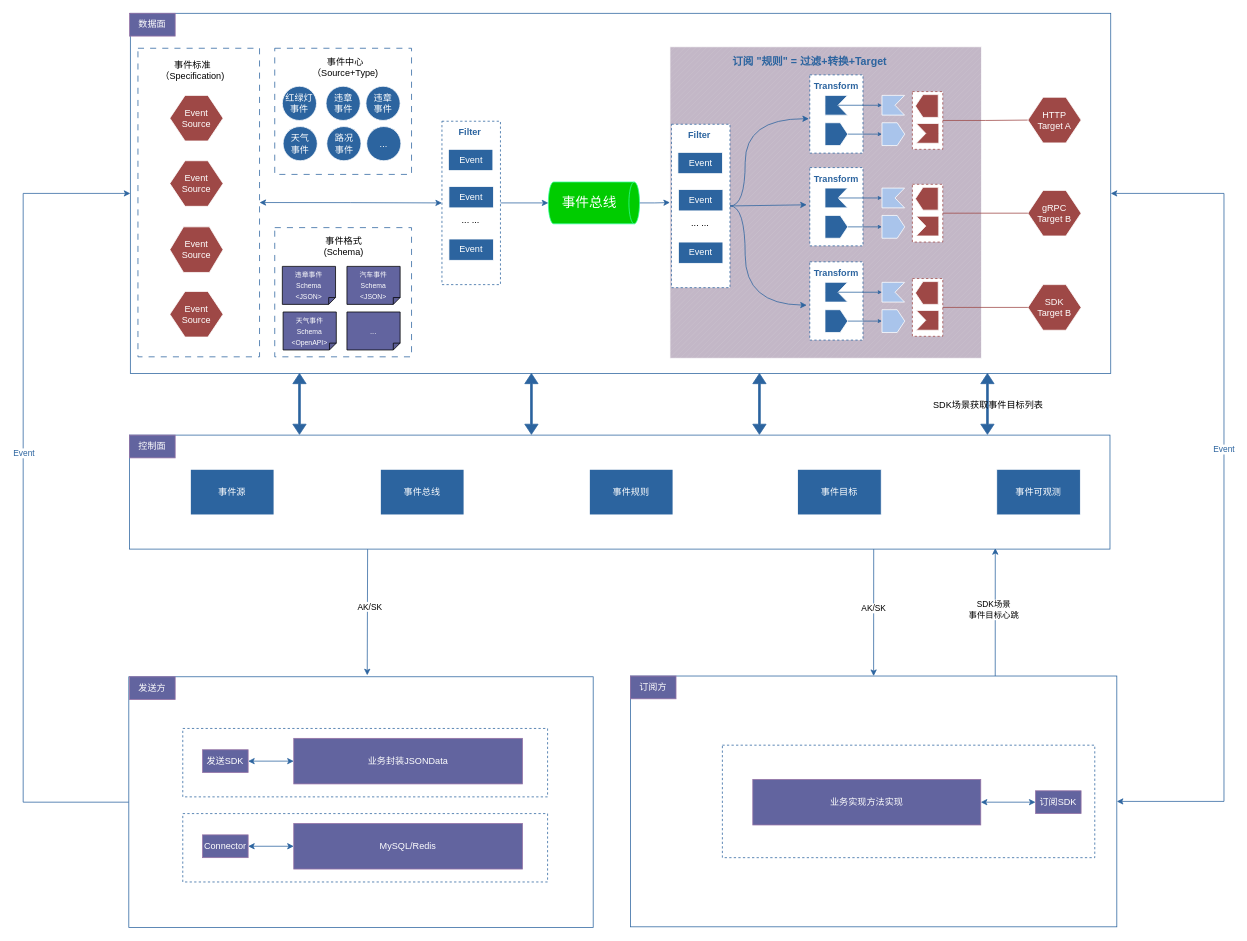
Above: 事件中心SDK.drawio in qiangyin/zipkin-server (draw.io), before the change. Source tidied: cells renumbered, new cells numbered last; positions are measured from the earlier drawing's top-left corner, leaving out a move shared by most shapes. Both pictures are drawn from the tidied source at 76%, with x=0, y=0 at pixel (23, 13).
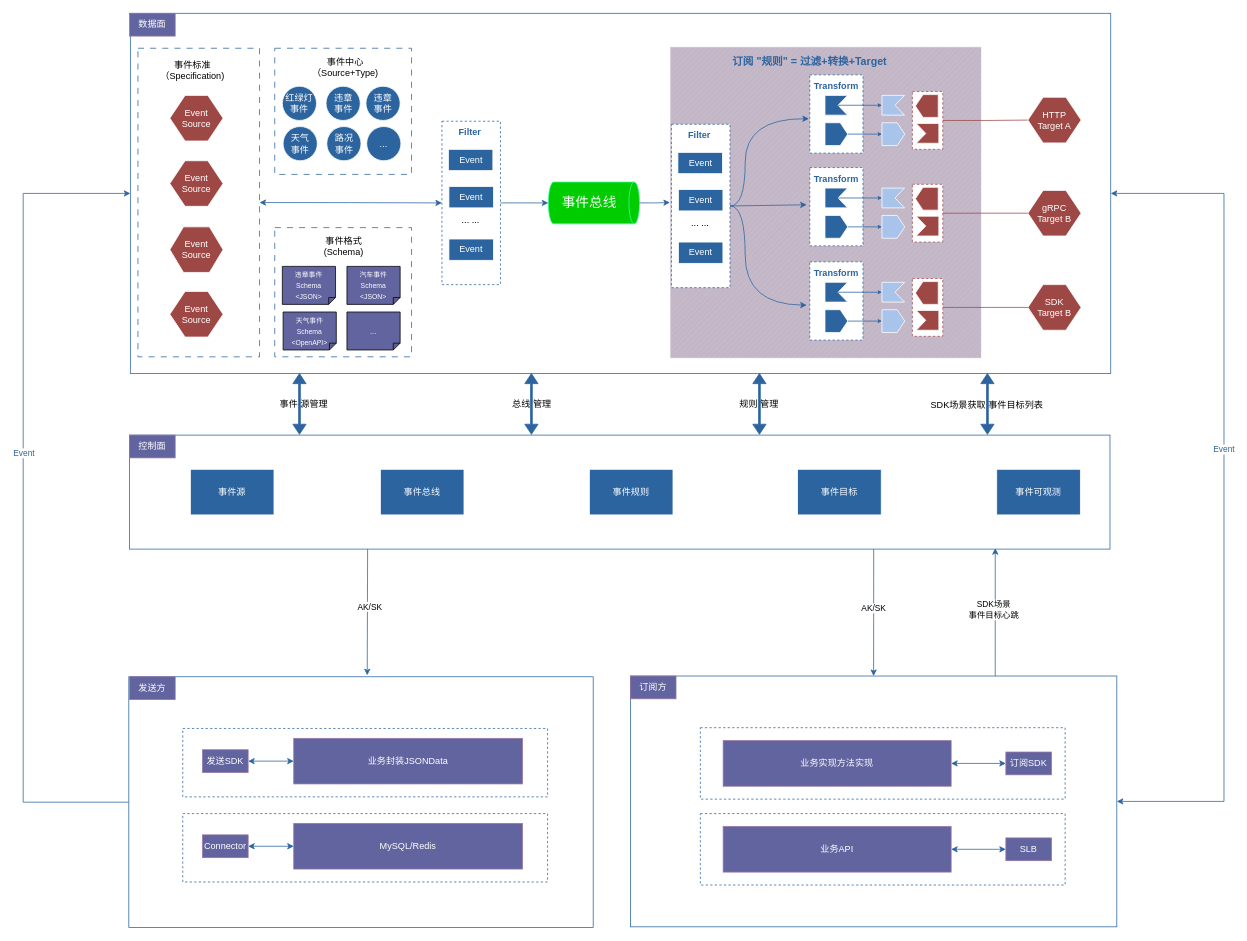
The same diagram, later.

Commit message:
更新事件中心SDK.drawio

The edit, as a diff of the source:
```diff
@@
     <mxCell id="3" style="rounded=0;whiteSpace=wrap;html=1;dashed=1;strokeColor=#2C649F;" parent="1" vertex="1">
-      <mxGeometry x="920" y="963" width="490" height="148" as="geometry" />
+      <mxGeometry x="891" y="940" width="480" height="94" as="geometry" />
     </mxCell>
@@
     <mxCell id="108" value="&lt;font color=&quot;#ffffff&quot;&gt;订阅SDK&lt;/font&gt;" style="text;html=1;align=center;verticalAlign=middle;whiteSpace=wrap;rounded=0;fillColor=#62649F;strokeColor=#9673a6;" parent="1" vertex="1">
-      <mxGeometry x="1332" y="1023" width="60" height="30" as="geometry" />
+      <mxGeometry x="1293" y="972" width="60" height="30" as="geometry" />
     </mxCell>
@@
     <mxCell id="110" value="&lt;font color=&quot;#ffffff&quot;&gt;业务实现方法实现&lt;/font&gt;" style="rounded=0;whiteSpace=wrap;html=1;fillColor=#62649F;strokeColor=#9673a6;gradientColor=none;" parent="1" vertex="1">
-      <mxGeometry x="960" y="1008" width="300" height="60" as="geometry" />
+      <mxGeometry x="921" y="957" width="300" height="60" as="geometry" />
     </mxCell>
@@
-    <mxCell id="118" value="SDK场景获取事件目标列表" style="text;html=1;align=center;verticalAlign=middle;whiteSpace=wrap;rounded=0;" parent="1" vertex="1">
-      <mxGeometry x="1190" y="501" width="160" height="30" as="geometry" />
+    <mxCell id="118" value="&amp;nbsp; SDK场景获取 事件目标列表" style="text;html=1;align=center;verticalAlign=middle;whiteSpace=wrap;rounded=0;" parent="1" vertex="1">
+      <mxGeometry x="1180" y="501" width="170" height="30" as="geometry" />
     </mxCell>
@@
+    <mxCell id="123" style="rounded=0;whiteSpace=wrap;html=1;dashed=1;strokeColor=#2C649F;" parent="1" vertex="1">
+      <mxGeometry x="891" y="1053" width="480" height="94" as="geometry" />
+    </mxCell>
+    <mxCell id="124" style="edgeStyle=none;rounded=0;jettySize=auto;html=1;endArrow=classic;endFill=1;startArrow=classic;startFill=1;strokeColor=#2C649F;" parent="1" edge="1" source="125" target="126">
+      <mxGeometry relative="1" as="geometry" />
+    </mxCell>
+    <mxCell id="125" value="&lt;font color=&quot;#ffffff&quot;&gt;SLB&lt;/font&gt;" style="text;html=1;align=center;verticalAlign=middle;whiteSpace=wrap;rounded=0;fillColor=#62649F;strokeColor=#9673a6;" parent="1" vertex="1">
+      <mxGeometry x="1293" y="1085" width="60" height="30" as="geometry" />
+    </mxCell>
+    <mxCell id="126" value="&lt;font color=&quot;#ffffff&quot;&gt;业务API&lt;/font&gt;" style="rounded=0;whiteSpace=wrap;html=1;fillColor=#62649F;strokeColor=#9673a6;gradientColor=none;" parent="1" vertex="1">
+      <mxGeometry x="921" y="1070" width="300" height="60" as="geometry" />
+    </mxCell>
+    <mxCell id="127" value="规则 管理" style="text;html=1;align=center;verticalAlign=middle;whiteSpace=wrap;rounded=0;" parent="1" vertex="1">
+      <mxGeometry x="917.8" y="499" width="101.2" height="30" as="geometry" />
+    </mxCell>
+    <mxCell id="128" value="总线 管理" style="text;html=1;align=center;verticalAlign=middle;whiteSpace=wrap;rounded=0;" parent="1" vertex="1">
+      <mxGeometry x="619" y="499" width="101.2" height="30" as="geometry" />
+    </mxCell>
+    <mxCell id="129" value="&amp;nbsp; &amp;nbsp;事件 源管理" style="text;html=1;align=center;verticalAlign=middle;whiteSpace=wrap;rounded=0;" parent="1" vertex="1">
+      <mxGeometry x="313.9" y="499" width="101.2" height="30" as="geometry" />
+    </mxCell>
```
